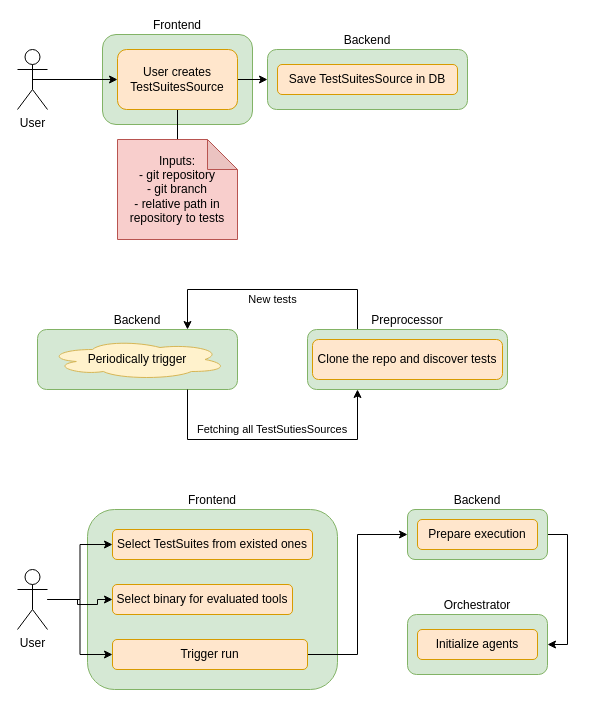
This is page "TestSuitesSource" (1 of 3) of SAVE_cloud-test-run.drawio from diktat-static-analysis/save-diagram, a draw.io file, before an edit. Source tidied: cells renumbered, new cells numbered last; positions are measured from the earlier drawing's top-left corner, leaving out a move shared by most shapes. Both pictures are drawn from the tidied source at 100%, with x=0, y=0 at pixel (17, 34).
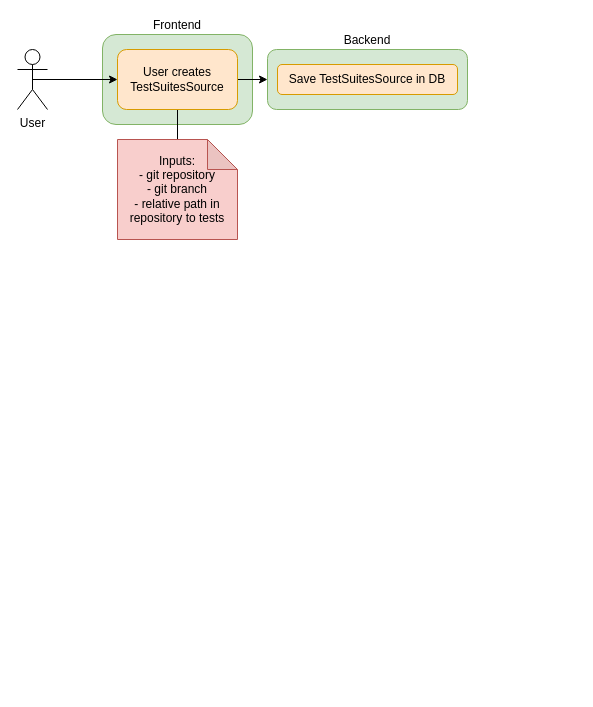
Above is the later version.

Diff of the diagram source:
```diff
@@
-    <mxCell id="11" value="User" style="shape=umlActor;verticalLabelPosition=bottom;verticalAlign=top;html=1;outlineConnect=0;" parent="1" vertex="1">
-      <mxGeometry y="535" width="30" height="60" as="geometry" />
-    </mxCell>
-    <mxCell id="12" value="Frontend" style="rounded=1;whiteSpace=wrap;html=1;labelPosition=center;verticalLabelPosition=top;align=center;verticalAlign=bottom;fillColor=#d5e8d4;strokeColor=#82b366;" parent="1" vertex="1">
-      <mxGeometry x="70" y="475" width="250" height="180" as="geometry" />
-    </mxCell>
-    <mxCell id="13" value="Select TestSuites from existed ones" style="rounded=1;whiteSpace=wrap;html=1;fillColor=#ffe6cc;strokeColor=#d79b00;" parent="1" vertex="1">
-      <mxGeometry x="95" y="495" width="200" height="30" as="geometry" />
-    </mxCell>
-    <mxCell id="14" style="edgeStyle=orthogonalEdgeStyle;rounded=0;jettySize=auto;html=1;exitX=1;exitY=0.5;exitDx=0;exitDy=0;entryX=1;entryY=0.5;entryDx=0;entryDy=0;startArrow=none;startFill=0;endArrow=classic;endFill=1;" parent="1" edge="1" source="15" target="23">
-      <mxGeometry relative="1" as="geometry" />
-    </mxCell>
-    <mxCell id="15" value="Backend" style="rounded=1;whiteSpace=wrap;html=1;fillColor=#d5e8d4;strokeColor=#82b366;labelPosition=center;verticalLabelPosition=top;align=center;verticalAlign=bottom;" parent="1" vertex="1">
-      <mxGeometry x="390" y="475" width="140" height="50" as="geometry" />
-    </mxCell>
-    <mxCell id="16" value="Prepare execution" style="rounded=1;whiteSpace=wrap;html=1;fillColor=#ffe6cc;strokeColor=#d79b00;" parent="1" vertex="1">
-      <mxGeometry x="400" y="485" width="120" height="30" as="geometry" />
-    </mxCell>
-    <mxCell id="17" style="edgeStyle=orthogonalEdgeStyle;rounded=0;jettySize=auto;html=1;endArrow=none;endFill=0;startArrow=classic;startFill=1;" parent="1" edge="1" source="18" target="11">
-      <mxGeometry relative="1" as="geometry">
-        <Array as="points">
-          <mxPoint x="80" y="565" />
-          <mxPoint x="80" y="570" />
-          <mxPoint x="60" y="570" />
-          <mxPoint x="60" y="565" />
-        </Array>
-      </mxGeometry>
-    </mxCell>
-    <mxCell id="18" value="Select binary for evaluated tools" style="rounded=1;whiteSpace=wrap;html=1;fillColor=#ffe6cc;strokeColor=#d79b00;" parent="1" vertex="1">
-      <mxGeometry x="95" y="550" width="180" height="30" as="geometry" />
-    </mxCell>
-    <mxCell id="19" style="edgeStyle=orthogonalEdgeStyle;rounded=0;jettySize=auto;html=1;entryX=0;entryY=0.5;entryDx=0;entryDy=0;endArrow=classic;endFill=1;" parent="1" edge="1" source="11" target="13">
-      <mxGeometry relative="1" as="geometry" />
-    </mxCell>
-    <mxCell id="20" style="edgeStyle=orthogonalEdgeStyle;rounded=0;jettySize=auto;html=1;exitX=1;exitY=0.5;exitDx=0;exitDy=0;entryX=0;entryY=0.5;entryDx=0;entryDy=0;startArrow=none;startFill=0;endArrow=classic;endFill=1;" parent="1" edge="1" source="21" target="15">
-      <mxGeometry relative="1" as="geometry" />
-    </mxCell>
-    <mxCell id="21" value="Trigger run" style="rounded=1;whiteSpace=wrap;html=1;fillColor=#ffe6cc;strokeColor=#d79b00;" parent="1" vertex="1">
-      <mxGeometry x="95" y="605" width="195" height="30" as="geometry" />
-    </mxCell>
-    <mxCell id="22" style="edgeStyle=orthogonalEdgeStyle;rounded=0;jettySize=auto;html=1;entryX=0;entryY=0.5;entryDx=0;entryDy=0;startArrow=none;startFill=0;endArrow=classic;endFill=1;" parent="1" edge="1" source="11" target="21">
-      <mxGeometry relative="1" as="geometry" />
-    </mxCell>
-    <mxCell id="23" value="Orchestrator" style="rounded=1;whiteSpace=wrap;html=1;labelPosition=center;verticalLabelPosition=top;align=center;verticalAlign=bottom;fillColor=#d5e8d4;strokeColor=#82b366;" parent="1" vertex="1">
-      <mxGeometry x="390" y="580" width="140" height="60" as="geometry" />
-    </mxCell>
-    <mxCell id="24" value="Initialize agents" style="rounded=1;whiteSpace=wrap;html=1;fillColor=#ffe6cc;strokeColor=#d79b00;" parent="1" vertex="1">
-      <mxGeometry x="400" y="595" width="120" height="30" as="geometry" />
-    </mxCell>
-    <mxCell id="25" value="Backend" style="rounded=1;whiteSpace=wrap;html=1;fillColor=#d5e8d4;strokeColor=#82b366;labelPosition=center;verticalLabelPosition=top;align=center;verticalAlign=bottom;" parent="1" vertex="1">
-      <mxGeometry x="20" y="295" width="200" height="60" as="geometry" />
-    </mxCell>
-    <mxCell id="26" value="New tests" style="edgeStyle=orthogonalEdgeStyle;rounded=0;jettySize=auto;html=1;exitX=0.25;exitY=0;exitDx=0;exitDy=0;entryX=0.75;entryY=0;entryDx=0;entryDy=0;endArrow=classic;endFill=1;" parent="1" edge="1" source="27" target="25">
-      <mxGeometry y="10" relative="1" as="geometry">
-        <Array as="points">
-          <mxPoint x="340" y="255" />
-          <mxPoint x="170" y="255" />
-        </Array>
-      </mxGeometry>
-    </mxCell>
-    <mxCell id="27" value="Preprocessor" style="rounded=1;whiteSpace=wrap;html=1;labelPosition=center;verticalLabelPosition=top;align=center;verticalAlign=bottom;fillColor=#d5e8d4;strokeColor=#82b366;" parent="1" vertex="1">
-      <mxGeometry x="290" y="295" width="200" height="60" as="geometry" />
-    </mxCell>
-    <mxCell id="28" value="&amp;nbsp; &amp;nbsp;Fetching all TestSutiesSources" style="endArrow=classic;html=1;rounded=0;entryX=0.25;entryY=1;entryDx=0;entryDy=0;exitX=0.75;exitY=1;exitDx=0;exitDy=0;" parent="1" edge="1">
-      <mxGeometry x="-0.04" y="10" relative="1" as="geometry">
-        <mxPoint x="170" y="355" as="sourcePoint" />
-        <mxPoint x="340" y="355" as="targetPoint" />
-        <Array as="points">
-          <mxPoint x="170" y="405" />
-          <mxPoint x="340" y="405" />
-        </Array>
-      </mxGeometry>
-    </mxCell>
-    <mxCell id="29" value="Clone the repo and discover tests" style="rounded=1;whiteSpace=wrap;html=1;fillColor=#ffe6cc;strokeColor=#d79b00;" parent="1" vertex="1">
-      <mxGeometry x="295" y="305" width="190" height="40" as="geometry" />
-    </mxCell>
-    <mxCell id="30" value="Periodically trigger" style="ellipse;shape=cloud;whiteSpace=wrap;html=1;fillColor=#fff2cc;strokeColor=#d6b656;" parent="1" vertex="1">
-      <mxGeometry x="30" y="305" width="180" height="40" as="geometry" />
-    </mxCell>
```
